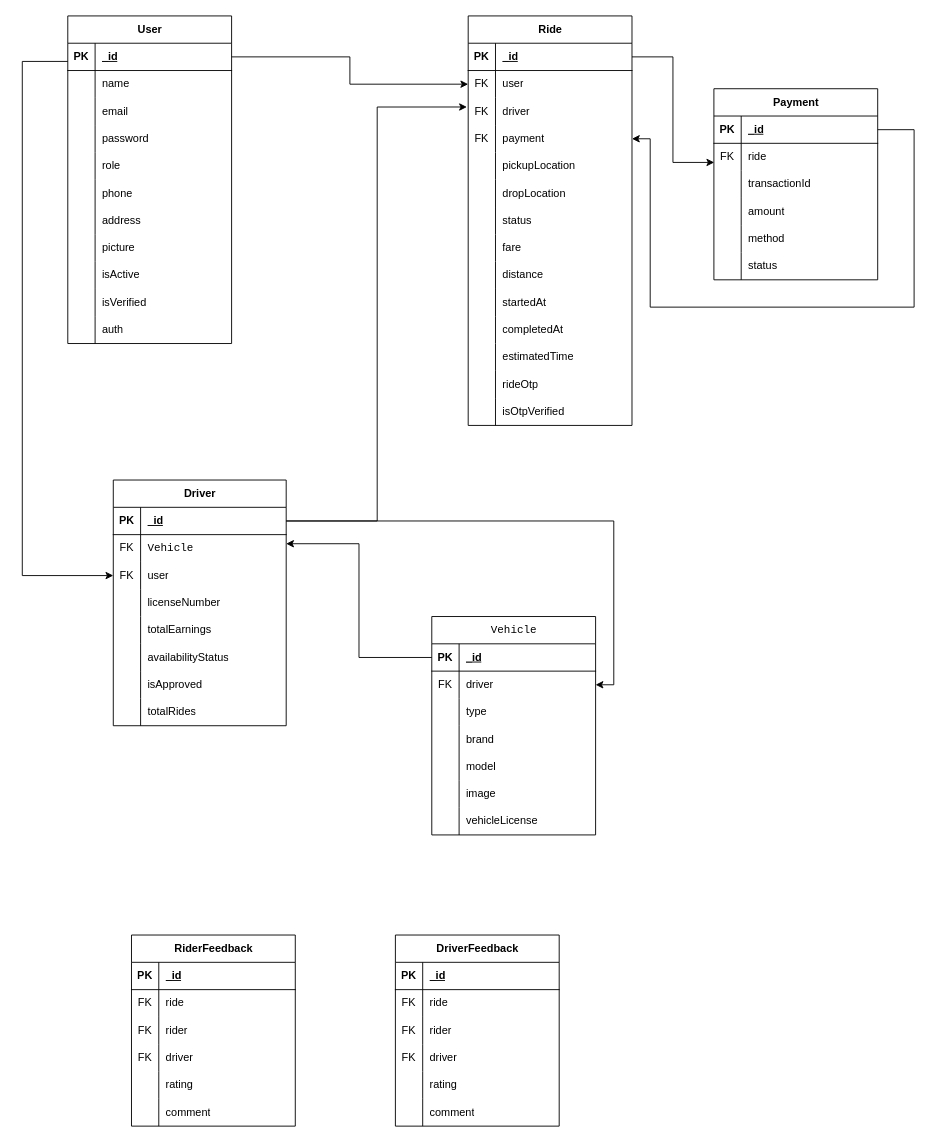
codeWith-Repon/PH-ride-booking-backend keeps this draw.io diagram as RideBooking.drawio. Above is the earlier version. Source tidied: cells renumbered, new cells numbered last; positions are measured from the earlier drawing's top-left corner, leaving out a move shared by most shapes. Both pictures are drawn from the tidied source at 91%, with x=0, y=0 at pixel (22, 15).
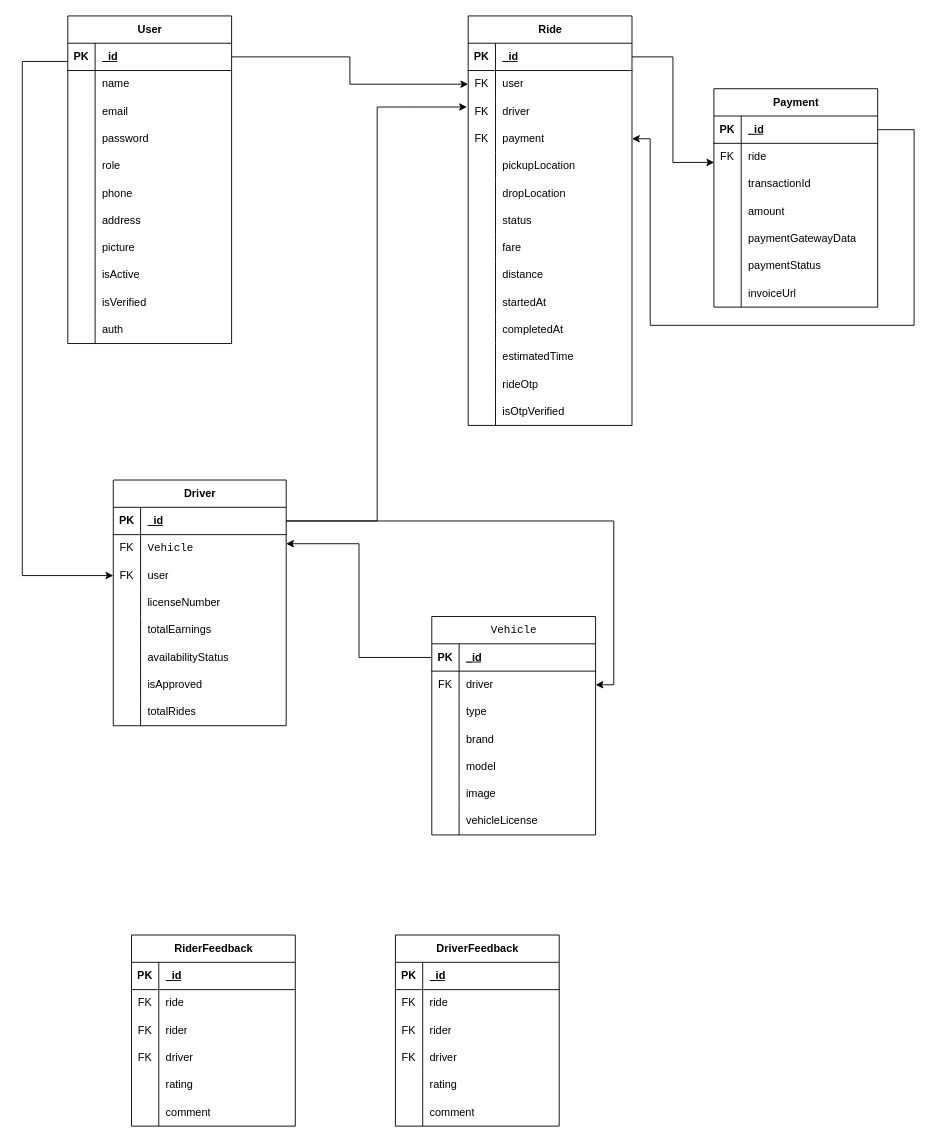
Above is the later version.

The change refers to these unchanged cells:
```xml
<mxCell id="93" style="shape=tableRow;horizontal=0;startSize=0;swimlaneHead=0;swimlaneBody=0;fillColor=none;points=[[0,0.5],[1,0.5]];portConstraint=eastwest;top=0;left=0;right=0;bottom=0;" parent="83" vertex="1">
  <mxGeometry y="120" width="180" height="30" as="geometry" />
</mxCell>
<mxCell id="128" style="shape=tableRow;horizontal=0;startSize=0;swimlaneHead=0;swimlaneBody=0;fillColor=none;points=[[0,0.5],[1,0.5]];portConstraint=eastwest;top=0;left=0;right=0;bottom=1;" parent="127" vertex="1">
  <mxGeometry y="30" width="180" height="30" as="geometry" />
</mxCell>
<mxCell id="140" style="shape=tableRow;horizontal=0;startSize=0;swimlaneHead=0;swimlaneBody=0;fillColor=none;top=0;left=0;right=0;bottom=0;" parent="127" vertex="1">
  <mxGeometry y="150" width="180" height="30" as="geometry" />
</mxCell>
<mxCell id="143" style="shape=tableRow;horizontal=0;startSize=0;swimlaneHead=0;swimlaneBody=0;fillColor=none;top=0;left=0;right=0;bottom=0;" parent="127" vertex="1">
  <mxGeometry y="180" width="180" height="30" as="geometry" />
</mxCell>
```

What changed in the source:
```diff
@@
     <mxCell id="127" value="Payment" style="shape=table;startSize=30;childLayout=tableLayout;rowLines=0;fontStyle=1;align=center;html=1;" parent="1" vertex="1">
-      <mxGeometry x="760" y="80" width="180" height="210" as="geometry" />
+      <mxGeometry x="760" y="80" width="180" height="240" as="geometry" />
     </mxCell>
@@
-    <mxCell id="142" value="method" style="shape=partialRectangle;fillColor=none;top=0;left=0;bottom=0;right=0;align=left;spacingLeft=6;overflow=hidden;whiteSpace=wrap;html=1;" parent="140" vertex="1">
+    <mxCell id="142" value="paymentGatewayData" style="shape=partialRectangle;fillColor=none;top=0;left=0;bottom=0;right=0;align=left;spacingLeft=6;overflow=hidden;whiteSpace=wrap;html=1;" parent="140" vertex="1">
       <mxGeometry x="30" width="150" height="30" as="geometry" />
     </mxCell>
@@
-    <mxCell id="145" value="status" style="shape=partialRectangle;fillColor=none;top=0;left=0;bottom=0;right=0;align=left;spacingLeft=6;overflow=hidden;whiteSpace=wrap;html=1;" parent="143" vertex="1">
+    <mxCell id="145" value="paymentStatus" style="shape=partialRectangle;fillColor=none;top=0;left=0;bottom=0;right=0;align=left;spacingLeft=6;overflow=hidden;whiteSpace=wrap;html=1;" parent="143" vertex="1">
       <mxGeometry x="30" width="150" height="30" as="geometry" />
     </mxCell>
+    <mxCell id="190" style="shape=tableRow;horizontal=0;startSize=0;swimlaneHead=0;swimlaneBody=0;fillColor=none;top=0;left=0;right=0;bottom=0;" parent="127" vertex="1">
+      <mxGeometry y="210" width="180" height="30" as="geometry" />
+    </mxCell>
+    <mxCell id="191" style="shape=partialRectangle;fillColor=none;top=0;left=0;bottom=0;right=0;overflow=hidden;whiteSpace=wrap;html=1;" parent="190" vertex="1">
+      <mxGeometry width="30" height="30" as="geometry" />
+    </mxCell>
+    <mxCell id="192" value="invoiceUrl" style="shape=partialRectangle;fillColor=none;top=0;left=0;bottom=0;right=0;align=left;spacingLeft=6;overflow=hidden;whiteSpace=wrap;html=1;" parent="190" vertex="1">
+      <mxGeometry x="30" width="150" height="30" as="geometry" />
+    </mxCell>
@@
     <mxCell id="149" style="edgeStyle=orthogonalEdgeStyle;rounded=0;jettySize=auto;html=1;entryX=1;entryY=0.5;entryDx=0;entryDy=0;" parent="1" edge="1" source="128" target="93">
       <mxGeometry relative="1" as="geometry">
         <Array as="points">
           <mxPoint x="980" y="125" />
-          <mxPoint x="980" y="320" />
-          <mxPoint x="690" y="320" />
+          <mxPoint x="980" y="340" />
+          <mxPoint x="690" y="340" />
           <mxPoint x="690" y="135" />
         </Array>
       </mxGeometry>
     </mxCell>
```
